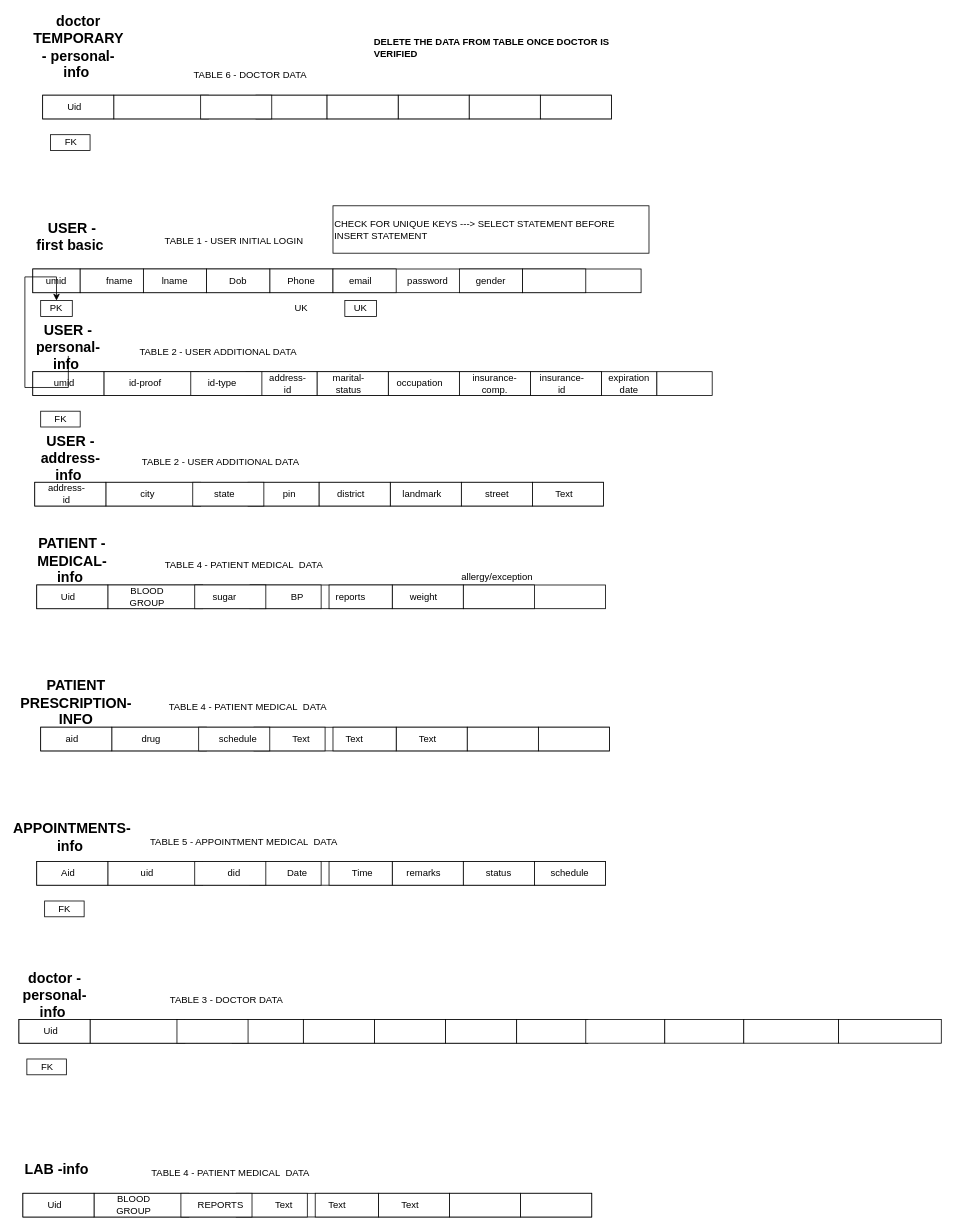
Before: database/diag/project-tables-2.drawio in cdacproject786/PROJECT-DOCUMENTATION-MODULE, a draw.io diagram. Source tidied: cells renumbered, new cells numbered last; positions are measured from the earlier drawing's top-left corner, leaving out a move shared by most shapes. Both pictures are drawn from the tidied source at 79%, with x=0, y=0 at pixel (15, 16).
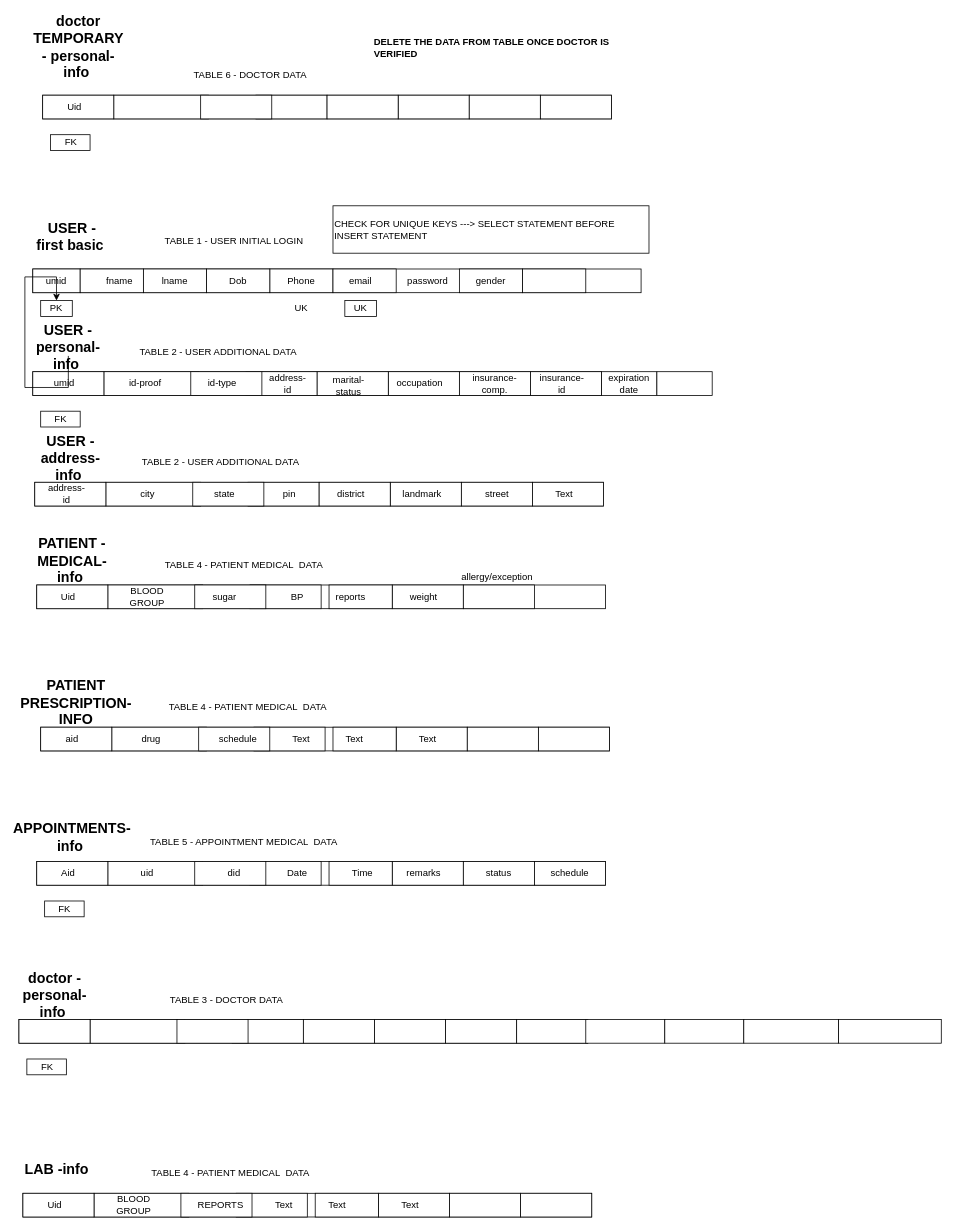
The same diagram, later.

What changed in the source:
```diff
@@
     <mxCell id="61" value="marital-status" style="text;html=1;strokeColor=none;fillColor=none;align=center;verticalAlign=middle;whiteSpace=wrap;rounded=0;" parent="1" vertex="1">
-      <mxGeometry x="402" y="455" width="40" height="20" as="geometry" />
+      <mxGeometry x="402" y="460" width="40" height="15" as="geometry" />
     </mxCell>
@@
-    <mxCell id="145" value="Uid" style="text;html=1;strokeColor=none;fillColor=none;align=center;verticalAlign=middle;whiteSpace=wrap;rounded=0;" parent="1" vertex="1">
-      <mxGeometry x="24.5" y="1275" width="40" height="20" as="geometry" />
-    </mxCell>
```
